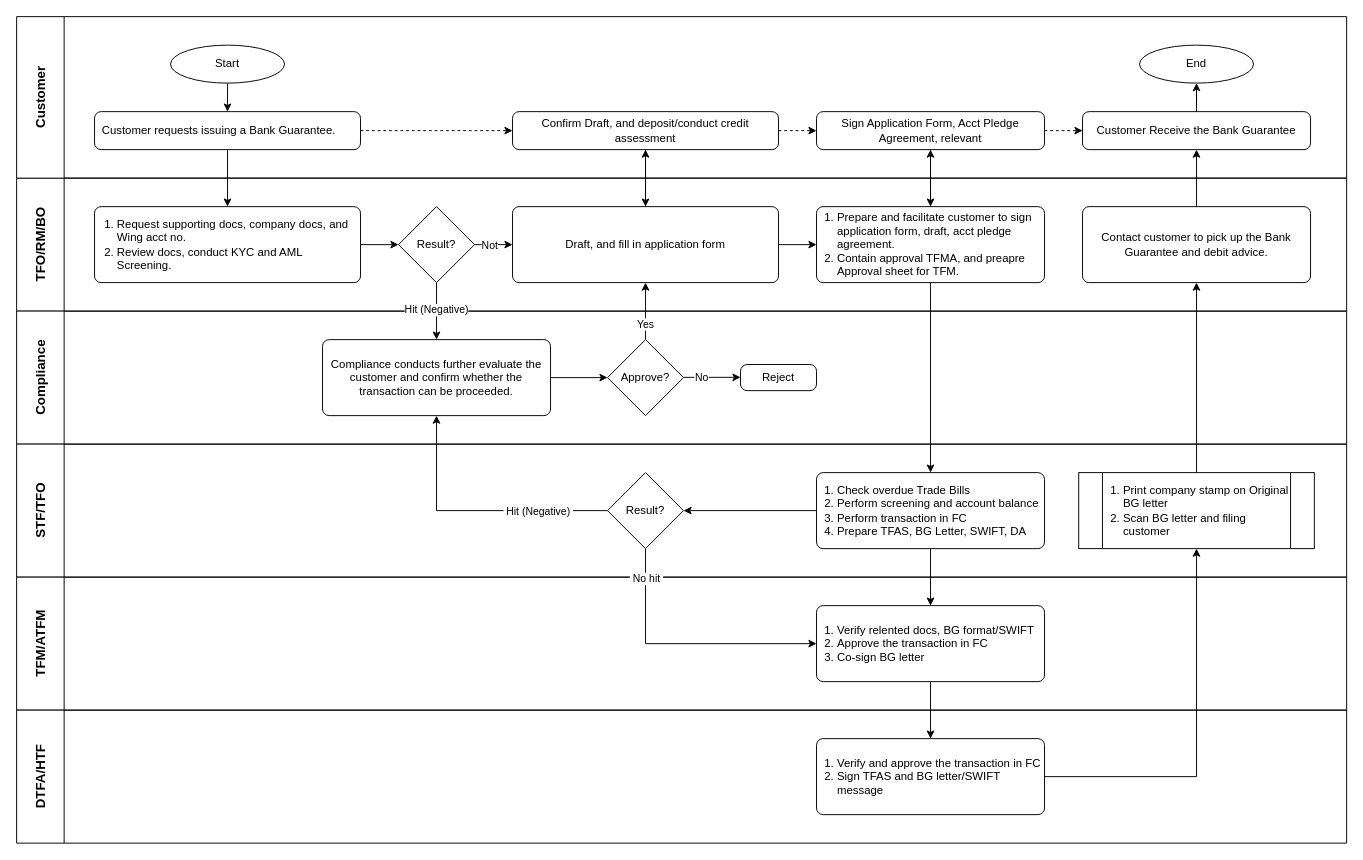
kirikroem/teched keeps this draw.io diagram as Untitled Diagram.drawio. Above is the earlier version. Source tidied: cells renumbered, new cells numbered last; positions are measured from the earlier drawing's top-left corner, leaving out a move shared by most shapes. Both pictures are drawn from the tidied source at 95%, with x=0, y=0 at pixel (16, 16).
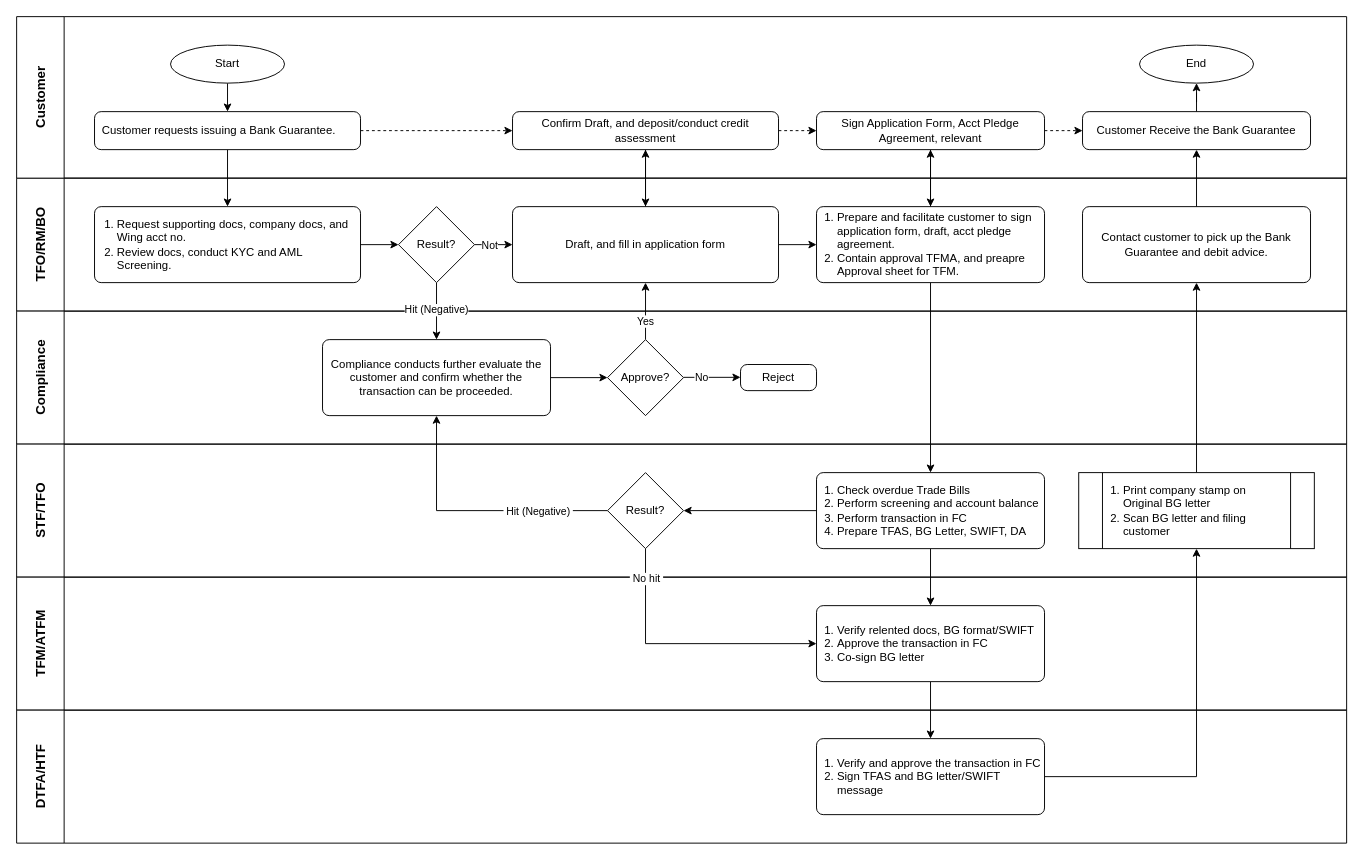
After the change.

Unchanged cells that the change refers to:
```xml
<mxCell id="24" style="edgeStyle=orthogonalEdgeStyle;rounded=0;jettySize=auto;html=1;" parent="1" edge="1" source="26" target="20">
  <mxGeometry relative="1" as="geometry" />
</mxCell>
```

Diff of the diagram source:
```diff
@@
     <mxCell id="25" value="Yes" style="edgeLabel;html=1;align=center;verticalAlign=middle;" parent="24" vertex="1">
-      <mxGeometry x="-0.45" y="1" relative="1" as="geometry" />
+      <mxGeometry x="-0.45" y="1" relative="1" as="geometry">
+        <mxPoint y="-3" as="offset" />
+      </mxGeometry>
     </mxCell>
@@
-    <mxCell id="56" value="&lt;ol style=&quot;padding-left: 20px;&quot;&gt;&lt;li&gt;Print company stamp on Original BG letter&lt;/li&gt;&lt;li&gt;Scan BG letter and filing customer&lt;/li&gt;&lt;/ol&gt;" style="shape=process;whiteSpace=wrap;html=1;backgroundOutline=1;align=left;" parent="1" vertex="1">
+    <mxCell id="56" value="&lt;ol style=&quot;padding-left: 20px;&quot;&gt;&lt;li&gt;Print company stamp on Original BG letter&lt;/li&gt;&lt;li&gt;Scan BG letter and filing customer&lt;/li&gt;&lt;/ol&gt;" style="shape=process;whiteSpace=wrap;html=1;backgroundOutline=1;align=left;spacingRight=5;" parent="1" vertex="1">
       <mxGeometry x="1118" y="480" width="248" height="80" as="geometry" />
     </mxCell>
```
